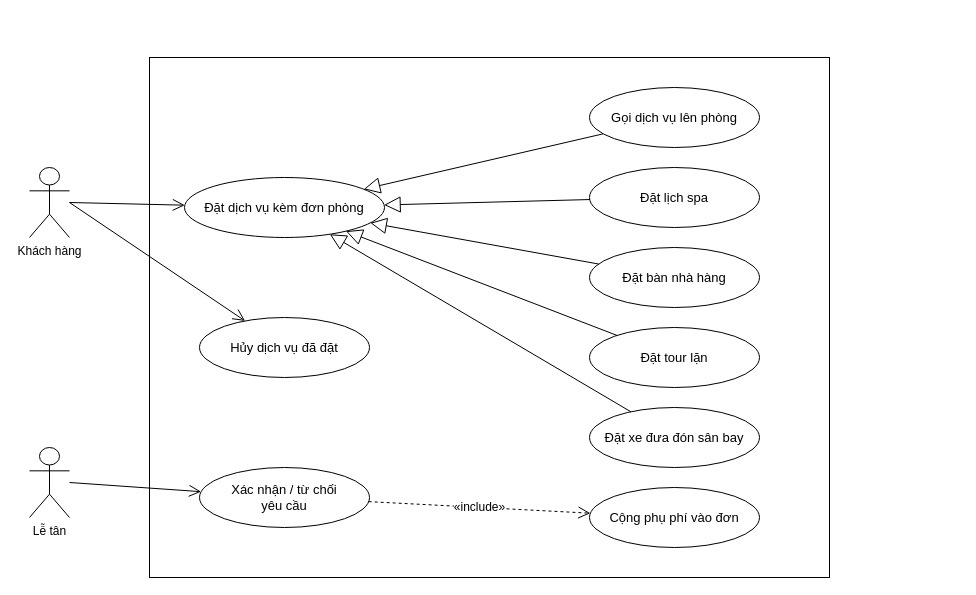
Earlier version of the draw.io diagram docs/use-case/uc4-dich-vu-kem-don.drawio (ngynquchn2511/beach-hotel). Source tidied: cells renumbered, new cells numbered last; positions are measured from the earlier drawing's top-left corner, leaving out a move shared by most shapes. Both pictures are drawn from the tidied source at 100%, with x=0, y=0 at pixel (29, 57).
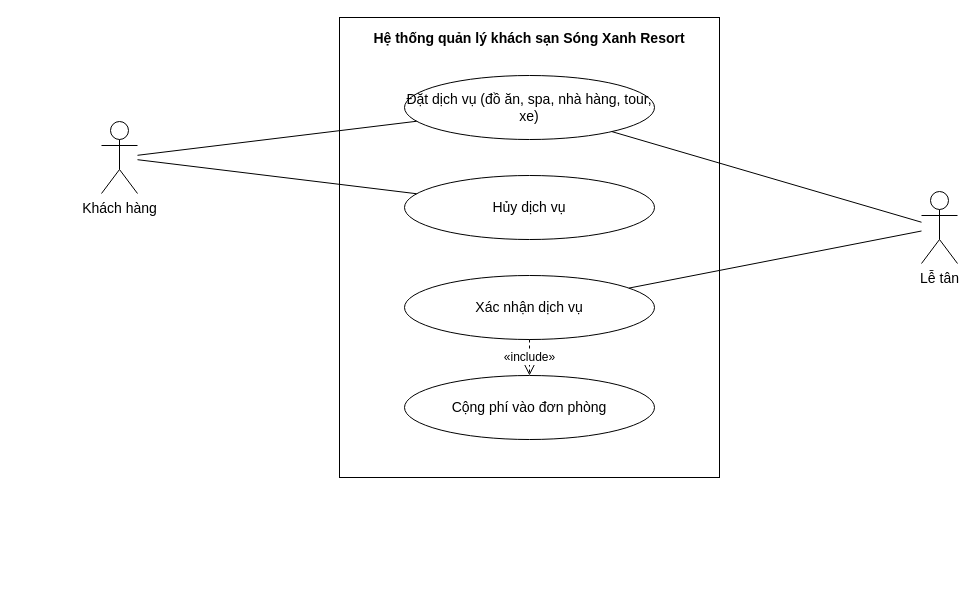
The same diagram, later.

What changed in the source:
```diff
@@
-<mxGraphModel>
+<mxGraphModel background="#FFFFFF">
@@
-    <mxCell id="2" style="rounded=0;whiteSpace=wrap;html=1;verticalAlign=top;fontStyle=1;fontSize=14;fillColor=none;strokeColor=#000000;" parent="1" vertex="1">
-      <mxGeometry x="120" width="680" height="520" as="geometry" />
-    </mxCell>
+    <mxCell id="23" value="Hệ thống quản lý khách sạn Sóng Xanh Resort" style="fontFamily=Arial;fontColor=#000000;rounded=0;whiteSpace=wrap;html=1;verticalAlign=top;fontStyle=1;fontSize=14;fillColor=none;strokeColor=#000000;spacingTop=6;" parent="1" vertex="1">
+      <mxGeometry x="310" y="-40" width="380" height="460" as="geometry" />
+    </mxCell>
+    <mxCell id="24" value="Đặt dịch vụ (đồ ăn, spa, nhà hàng, tour, xe)" style="fontFamily=Arial;fontColor=#000000;ellipse;whiteSpace=wrap;html=1;fillColor=#FFFFFF;strokeColor=#000000;fontSize=14;" parent="1" vertex="1">
+      <mxGeometry x="375" y="18" width="250" height="64" as="geometry" />
+    </mxCell>
+    <mxCell id="25" value="Hủy dịch vụ" style="fontFamily=Arial;fontColor=#000000;ellipse;whiteSpace=wrap;html=1;fillColor=#FFFFFF;strokeColor=#000000;fontSize=14;" parent="1" vertex="1">
+      <mxGeometry x="375" y="118" width="250" height="64" as="geometry" />
+    </mxCell>
+    <mxCell id="26" value="Xác nhận dịch vụ" style="fontFamily=Arial;fontColor=#000000;ellipse;whiteSpace=wrap;html=1;fillColor=#FFFFFF;strokeColor=#000000;fontSize=14;" parent="1" vertex="1">
+      <mxGeometry x="375" y="218" width="250" height="64" as="geometry" />
+    </mxCell>
+    <mxCell id="27" value="Cộng phí vào đơn phòng" style="fontFamily=Arial;fontColor=#000000;ellipse;whiteSpace=wrap;html=1;fillColor=#FFFFFF;strokeColor=#000000;fontSize=14;" parent="1" vertex="1">
+      <mxGeometry x="375" y="318" width="250" height="64" as="geometry" />
+    </mxCell>
-    <mxCell id="3" value="Khách hàng" style="shape=umlActor;verticalLabelPosition=bottom;verticalAlign=top;html=1;outlineConnect=0;fillColor=#FFFFFF;strokeColor=#000000;" parent="1" vertex="1">
-      <mxGeometry y="110" width="40" height="70" as="geometry" />
+    <mxCell id="3" value="Khách hàng" style="fontFamily=Arial;fontColor=#000000;shape=umlActor;verticalLabelPosition=bottom;verticalAlign=top;html=1;outlineConnect=0;fillColor=#FFFFFF;strokeColor=#000000;fontSize=14;" parent="1" vertex="1">
+      <mxGeometry x="72" y="64" width="36" height="72" as="geometry" />
     </mxCell>
-    <mxCell id="4" value="Lễ tân" style="shape=umlActor;verticalLabelPosition=bottom;verticalAlign=top;html=1;outlineConnect=0;fillColor=#FFFFFF;strokeColor=#000000;" parent="1" vertex="1">
-      <mxGeometry y="390" width="40" height="70" as="geometry" />
+    <mxCell id="4" value="Lễ tân" style="fontFamily=Arial;fontColor=#000000;shape=umlActor;verticalLabelPosition=bottom;verticalAlign=top;html=1;outlineConnect=0;fillColor=#FFFFFF;strokeColor=#000000;fontSize=14;" parent="1" vertex="1">
+      <mxGeometry x="892" y="134" width="36" height="72" as="geometry" />
     </mxCell>
-    <mxCell id="5" value="Đặt dịch vụ kèm đơn phòng" style="ellipse;whiteSpace=wrap;html=1;fillColor=#FFFFFF;strokeColor=#000000;fontSize=13;" parent="2" vertex="1">
-      <mxGeometry x="35" y="120" width="200" height="60" as="geometry" />
-    </mxCell>
-    <mxCell id="6" value="Hủy dịch vụ đã đặt" style="ellipse;whiteSpace=wrap;html=1;fillColor=#FFFFFF;strokeColor=#000000;fontSize=13;" parent="2" vertex="1">
-      <mxGeometry x="50" y="260" width="170" height="60" as="geometry" />
-    </mxCell>
-    <mxCell id="7" value="Xác nhận / từ chối&lt;br&gt;yêu cầu" style="ellipse;whiteSpace=wrap;html=1;fillColor=#FFFFFF;strokeColor=#000000;fontSize=13;" parent="2" vertex="1">
-      <mxGeometry x="50" y="410" width="170" height="60" as="geometry" />
-    </mxCell>
-    <mxCell id="8" value="Gọi dịch vụ lên phòng" style="ellipse;whiteSpace=wrap;html=1;fillColor=#FFFFFF;strokeColor=#000000;fontSize=13;" parent="2" vertex="1">
-      <mxGeometry x="440" y="30" width="170" height="60" as="geometry" />
-    </mxCell>
-    <mxCell id="9" value="Đặt lịch spa" style="ellipse;whiteSpace=wrap;html=1;fillColor=#FFFFFF;strokeColor=#000000;fontSize=13;" parent="2" vertex="1">
-      <mxGeometry x="440" y="110" width="170" height="60" as="geometry" />
-    </mxCell>
-    <mxCell id="10" value="Đặt bàn nhà hàng" style="ellipse;whiteSpace=wrap;html=1;fillColor=#FFFFFF;strokeColor=#000000;fontSize=13;" parent="2" vertex="1">
-      <mxGeometry x="440" y="190" width="170" height="60" as="geometry" />
-    </mxCell>
-    <mxCell id="11" value="Đặt tour lặn" style="ellipse;whiteSpace=wrap;html=1;fillColor=#FFFFFF;strokeColor=#000000;fontSize=13;" parent="2" vertex="1">
-      <mxGeometry x="440" y="270" width="170" height="60" as="geometry" />
-    </mxCell>
-    <mxCell id="12" value="Đặt xe đưa đón sân bay" style="ellipse;whiteSpace=wrap;html=1;fillColor=#FFFFFF;strokeColor=#000000;fontSize=13;" parent="2" vertex="1">
-      <mxGeometry x="440" y="350" width="170" height="60" as="geometry" />
-    </mxCell>
-    <mxCell id="13" value="Cộng phụ phí vào đơn" style="ellipse;whiteSpace=wrap;html=1;fillColor=#FFFFFF;strokeColor=#000000;fontSize=13;" parent="2" vertex="1">
-      <mxGeometry x="440" y="430" width="170" height="60" as="geometry" />
-    </mxCell>
-    <mxCell id="14" style="endArrow=open;endSize=10;html=1;strokeColor=#000000;exitX=1;exitY=0.5;exitPerimeter=0;" parent="1" edge="1" source="3" target="5">
-      <mxGeometry relative="1" as="geometry" />
-    </mxCell>
-    <mxCell id="15" style="endArrow=open;endSize=10;html=1;strokeColor=#000000;exitX=1;exitY=0.5;exitPerimeter=0;" parent="1" edge="1" source="3" target="6">
-      <mxGeometry relative="1" as="geometry" />
-    </mxCell>
-    <mxCell id="16" style="endArrow=open;endSize=10;html=1;strokeColor=#000000;exitX=1;exitY=0.5;exitPerimeter=0;" parent="1" edge="1" source="4" target="7">
-      <mxGeometry relative="1" as="geometry" />
-    </mxCell>
-    <mxCell id="17" style="endArrow=block;endFill=0;endSize=14;html=1;strokeColor=#000000;" parent="1" edge="1" source="8" target="5">
-      <mxGeometry relative="1" as="geometry" />
-    </mxCell>
-    <mxCell id="18" style="endArrow=block;endFill=0;endSize=14;html=1;strokeColor=#000000;" parent="1" edge="1" source="9" target="5">
-      <mxGeometry relative="1" as="geometry" />
-    </mxCell>
-    <mxCell id="19" style="endArrow=block;endFill=0;endSize=14;html=1;strokeColor=#000000;" parent="1" edge="1" source="10" target="5">
-      <mxGeometry relative="1" as="geometry" />
-    </mxCell>
-    <mxCell id="20" style="endArrow=block;endFill=0;endSize=14;html=1;strokeColor=#000000;" parent="1" edge="1" source="11" target="5">
-      <mxGeometry relative="1" as="geometry" />
-    </mxCell>
-    <mxCell id="21" style="endArrow=block;endFill=0;endSize=14;html=1;strokeColor=#000000;" parent="1" edge="1" source="12" target="5">
-      <mxGeometry relative="1" as="geometry" />
-    </mxCell>
-    <mxCell id="22" value="«include»" style="endArrow=open;endSize=10;dashed=1;html=1;strokeColor=#000000;fontSize=12;labelBackgroundColor=#FFFFFF;" parent="1" edge="1" source="7" target="13">
+    <mxCell id="22" style="fontFamily=Arial;fontColor=#000000;endArrow=none;html=1;strokeColor=#000000;rounded=0;" parent="1" edge="1" source="3" target="24">
       <mxGeometry relative="1" as="geometry" />
     </mxCell>
+    <mxCell id="28" style="fontFamily=Arial;fontColor=#000000;endArrow=none;html=1;strokeColor=#000000;rounded=0;" parent="1" edge="1" source="3" target="25">
+      <mxGeometry relative="1" as="geometry" />
+    </mxCell>
+    <mxCell id="29" style="fontFamily=Arial;fontColor=#000000;endArrow=none;html=1;strokeColor=#000000;rounded=0;" parent="1" edge="1" source="4" target="24">
+      <mxGeometry relative="1" as="geometry" />
+    </mxCell>
+    <mxCell id="30" style="fontFamily=Arial;fontColor=#000000;endArrow=none;html=1;strokeColor=#000000;rounded=0;" parent="1" edge="1" source="4" target="26">
+      <mxGeometry relative="1" as="geometry" />
+    </mxCell>
+    <mxCell id="31" value="«include»" style="fontFamily=Arial;fontColor=#000000;endArrow=open;endSize=10;dashed=1;html=1;strokeColor=#000000;rounded=0;fontSize=12;labelBackgroundColor=#FFFFFF;exitX=0.5;exitY=1;exitDx=0;exitDy=0;exitPerimeter=0;entryX=0.5;entryY=0;entryDx=0;entryDy=0;entryPerimeter=0;" parent="1" edge="1" source="26" target="27">
+      <mxGeometry relative="1" as="geometry" />
+    </mxCell>
```
